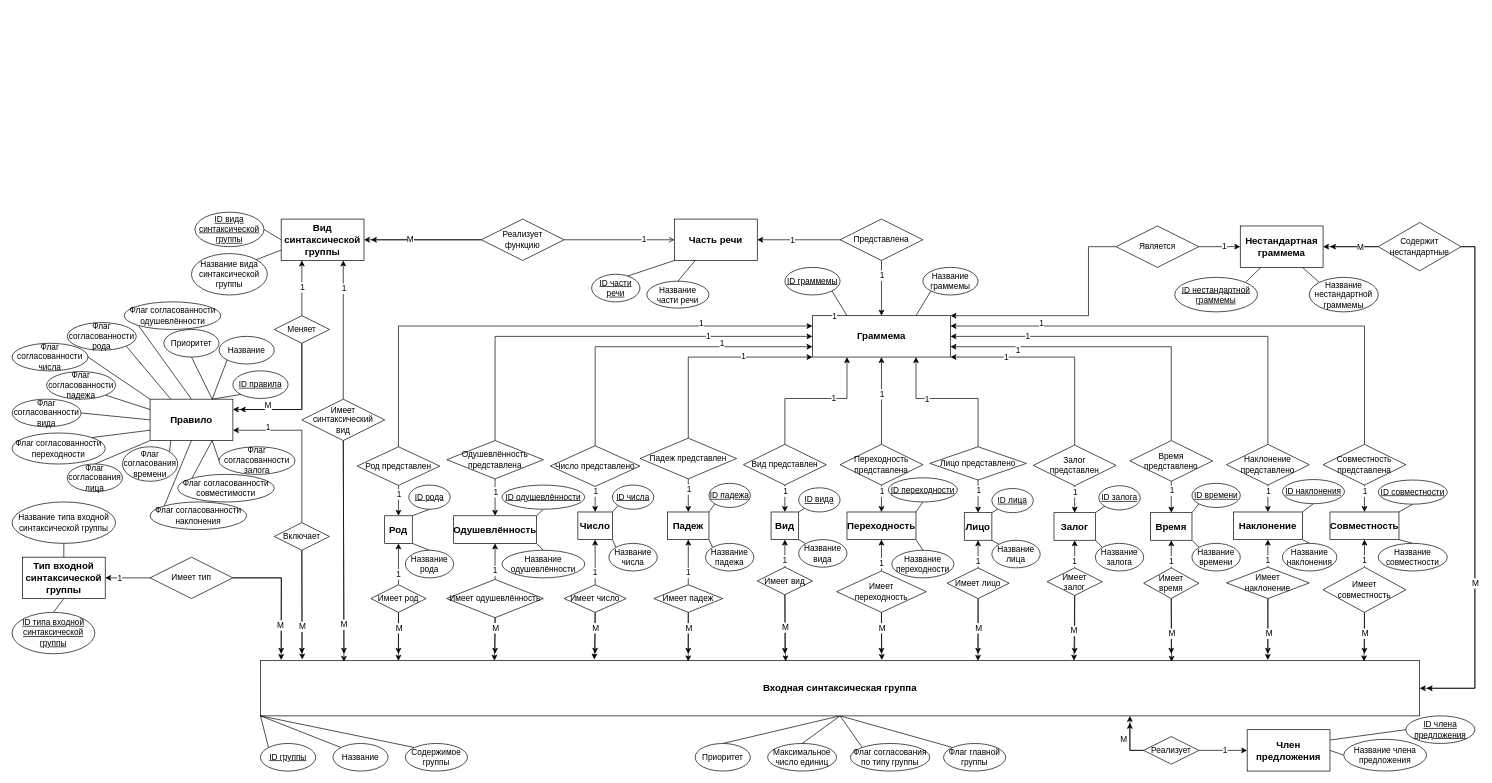
Before: Infological.drawio in DMfananddu/Diploma, a draw.io diagram. Source tidied: cells renumbered, new cells numbered last; positions are measured from the earlier drawing's top-left corner, leaving out a move shared by most shapes. Both pictures are drawn from the tidied source at 69%, with x=0, y=0 at pixel (12, 212).
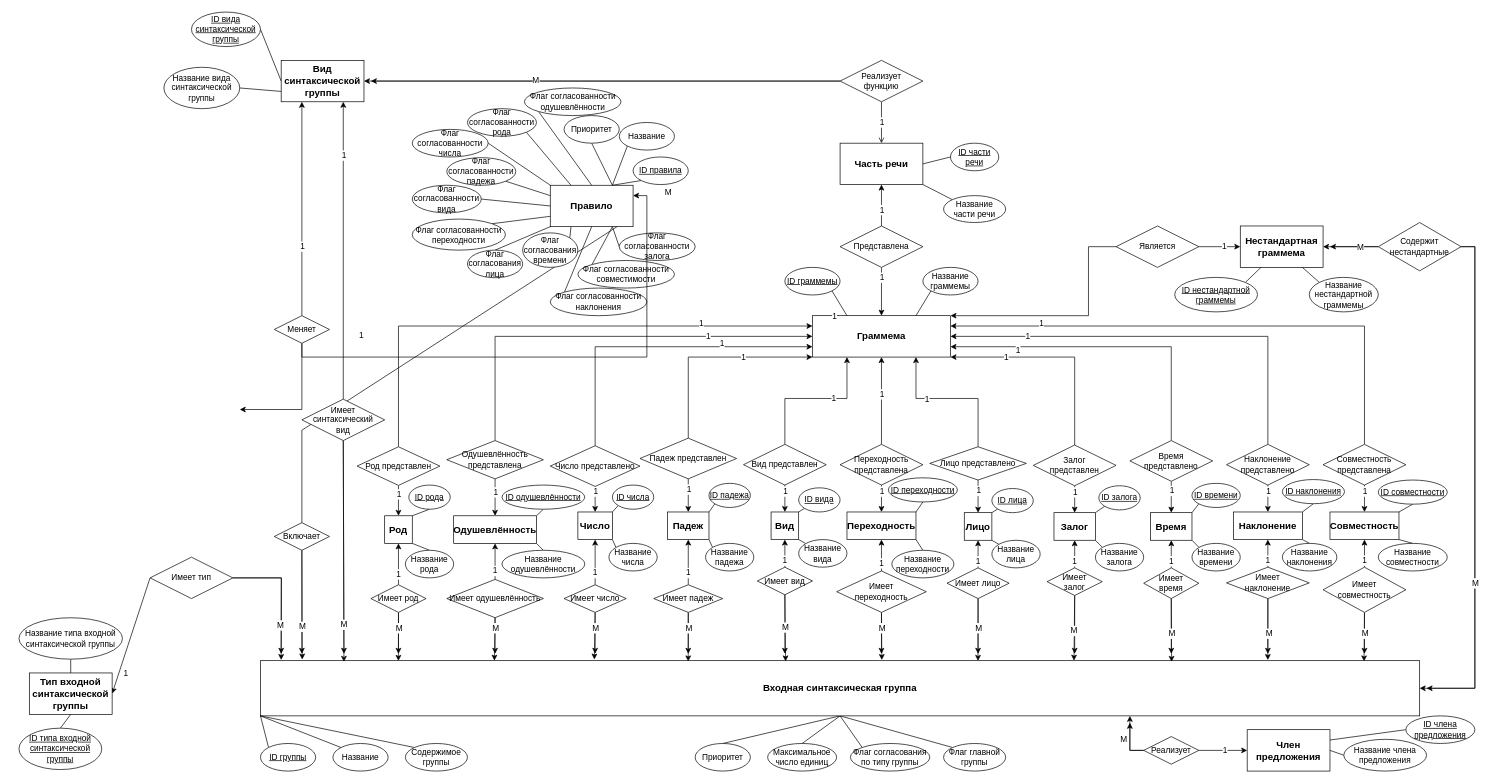
After the change.

Unchanged cells that the change refers to:
```xml
<mxCell id="66" style="edgeStyle=orthogonalEdgeStyle;rounded=0;jettySize=auto;html=1;exitX=0.5;exitY=1;exitDx=0;exitDy=0;endArrow=classic;endFill=1;" parent="1" edge="1" source="68">
  <mxGeometry relative="1" as="geometry">
    <mxPoint x="330" y="286" as="targetPoint" />
    <Array as="points">
      <mxPoint x="420" y="286" />
    </Array>
  </mxGeometry>
</mxCell>
```

Change to the diagram source:
```diff
@@
     <mxCell id="23" value="&lt;font style=&quot;font-size: 14px&quot;&gt;&lt;b&gt;Тип входной синтаксической группы&lt;/b&gt;&lt;/font&gt;" style="rounded=0;whiteSpace=wrap;html=1;" parent="1" vertex="1">
-      <mxGeometry x="15" y="500" width="120" height="60" as="geometry" />
+      <mxGeometry x="25" y="667.8" width="120" height="60" as="geometry" />
     </mxCell>
@@
     <mxCell id="25" value="&lt;span style=&quot;line-height: 115%&quot;&gt;&lt;font style=&quot;font-size: 12px&quot;&gt;Название типа входной синтаксической группы&lt;/font&gt;&lt;/span&gt;" style="ellipse;whiteSpace=wrap;html=1;" parent="1" vertex="1">
-      <mxGeometry y="420" width="150" height="60" as="geometry" />
+      <mxGeometry x="10" y="587.8" width="150" height="60" as="geometry" />
     </mxCell>
@@
     <mxCell id="27" value="&lt;font style=&quot;font-size: 12px&quot;&gt;&lt;u&gt;&lt;span lang=&quot;EN-US&quot; style=&quot;line-height: 115%&quot;&gt;ID&lt;/span&gt;&lt;span lang=&quot;EN-US&quot; style=&quot;line-height: 115%&quot;&gt; &lt;/span&gt;&lt;span style=&quot;line-height: 115%&quot;&gt;типа входной синтаксической группы&lt;/span&gt;&lt;/u&gt;&lt;/font&gt;" style="ellipse;whiteSpace=wrap;html=1;" parent="1" vertex="1">
-      <mxGeometry y="580" width="120" height="60" as="geometry" />
+      <mxGeometry x="10" y="747.8" width="120" height="60" as="geometry" />
     </mxCell>
@@
     <mxCell id="34" value="Правило" style="rounded=0;whiteSpace=wrap;html=1;fontSize=14;fontStyle=1;" parent="1" vertex="1">
-      <mxGeometry x="200" y="271" width="120" height="60" as="geometry" />
+      <mxGeometry x="780" y="-39" width="120" height="60" as="geometry" />
     </mxCell>
@@
     <mxCell id="36" value="Флаг согласованности вида" style="ellipse;whiteSpace=wrap;html=1;" parent="1" vertex="1">
-      <mxGeometry y="271" width="100" height="40" as="geometry" />
+      <mxGeometry x="580" y="-39" width="100" height="40" as="geometry" />
     </mxCell>
@@
     <mxCell id="38" value="Флаг согласованности падежа" style="ellipse;whiteSpace=wrap;html=1;" parent="1" vertex="1">
-      <mxGeometry x="50" y="231" width="100" height="40" as="geometry" />
+      <mxGeometry x="630" y="-79" width="100" height="40" as="geometry" />
     </mxCell>
@@
     <mxCell id="40" value="Флаг согласованности рода" style="ellipse;whiteSpace=wrap;html=1;" parent="1" vertex="1">
-      <mxGeometry x="80" y="160" width="100" height="40" as="geometry" />
+      <mxGeometry x="660" y="-150" width="100" height="40" as="geometry" />
     </mxCell>
@@
     <mxCell id="42" value="Приоритет" style="ellipse;whiteSpace=wrap;html=1;" parent="1" vertex="1">
-      <mxGeometry x="220" y="170" width="80" height="40" as="geometry" />
+      <mxGeometry x="800" y="-140" width="80" height="40" as="geometry" />
     </mxCell>
@@
     <mxCell id="44" value="&lt;u&gt;ID правила&lt;/u&gt;" style="ellipse;whiteSpace=wrap;html=1;" parent="1" vertex="1">
-      <mxGeometry x="320" y="230" width="80" height="40" as="geometry" />
+      <mxGeometry x="900" y="-80" width="80" height="40" as="geometry" />
     </mxCell>
@@
     <mxCell id="46" value="Флаг согласования лица" style="ellipse;whiteSpace=wrap;html=1;" parent="1" vertex="1">
-      <mxGeometry x="80" y="365" width="80" height="40" as="geometry" />
+      <mxGeometry x="660" y="55" width="80" height="40" as="geometry" />
     </mxCell>
@@
     <mxCell id="48" value="Флаг согласованности переходности" style="ellipse;whiteSpace=wrap;html=1;" parent="1" vertex="1">
-      <mxGeometry y="320" width="135" height="45" as="geometry" />
+      <mxGeometry x="580" y="10" width="135" height="45" as="geometry" />
     </mxCell>
@@
     <mxCell id="50" value="Флаг согласованности одушевлённости" style="ellipse;whiteSpace=wrap;html=1;" parent="1" vertex="1">
-      <mxGeometry x="162.5" y="130" width="140" height="40" as="geometry" />
+      <mxGeometry x="742.5" y="-180" width="140" height="40" as="geometry" />
     </mxCell>
@@
     <mxCell id="52" value="Флаг согласованности числа" style="ellipse;whiteSpace=wrap;html=1;" parent="1" vertex="1">
-      <mxGeometry y="190" width="110" height="40" as="geometry" />
+      <mxGeometry x="580" y="-120" width="110" height="40" as="geometry" />
     </mxCell>
@@
     <mxCell id="54" value="Флаг согласованности залога" style="ellipse;whiteSpace=wrap;html=1;" parent="1" vertex="1">
-      <mxGeometry x="300" y="340" width="110" height="40" as="geometry" />
+      <mxGeometry x="880" y="30" width="110" height="40" as="geometry" />
     </mxCell>
@@
     <mxCell id="56" value="Флаг согласованности совместимости" style="ellipse;whiteSpace=wrap;html=1;" parent="1" vertex="1">
-      <mxGeometry x="240" y="380" width="140" height="40" as="geometry" />
+      <mxGeometry x="820" y="70" width="140" height="40" as="geometry" />
     </mxCell>
@@
     <mxCell id="58" value="Флаг согласованности наклонения" style="ellipse;whiteSpace=wrap;html=1;" parent="1" vertex="1">
-      <mxGeometry x="200" y="420" width="140" height="40" as="geometry" />
+      <mxGeometry x="780" y="110" width="140" height="40" as="geometry" />
     </mxCell>
@@
     <mxCell id="60" value="Флаг согласования времени" style="ellipse;whiteSpace=wrap;html=1;" parent="1" vertex="1">
-      <mxGeometry x="160" y="340" width="80" height="50" as="geometry" />
+      <mxGeometry x="740" y="30" width="80" height="50" as="geometry" />
     </mxCell>
@@
     <mxCell id="62" value="Название" style="ellipse;whiteSpace=wrap;html=1;" parent="1" vertex="1">
-      <mxGeometry x="300" y="180" width="80" height="40" as="geometry" />
+      <mxGeometry x="880" y="-130" width="80" height="40" as="geometry" />
     </mxCell>
@@
     <mxCell id="67" value="М" style="text;html=1;align=center;verticalAlign=middle;labelBackgroundColor=#ffffff;" parent="66" vertex="1">
       <mxGeometry x="-0.22" y="-1" relative="1" as="geometry">
-        <mxPoint x="-49" y="17" as="offset" />
+        <mxPoint x="531" y="-293" as="offset" />
       </mxGeometry>
     </mxCell>
@@
     <mxCell id="69" value="Вид синтаксической группы" style="rounded=0;whiteSpace=wrap;html=1;fontSize=14;fontStyle=1;" parent="1" vertex="1">
-      <mxGeometry x="390" y="10" width="120" height="60" as="geometry" />
+      <mxGeometry x="390" y="-220" width="120" height="60" as="geometry" />
     </mxCell>
@@
     <mxCell id="71" value="&lt;u&gt;ID вида синтаксической группы&lt;/u&gt;" style="ellipse;whiteSpace=wrap;html=1;" parent="1" vertex="1">
-      <mxGeometry x="265" width="100" height="50" as="geometry" />
+      <mxGeometry x="260" y="-290" width="100" height="50" as="geometry" />
     </mxCell>
-    <mxCell id="72" style="edgeStyle=none;rounded=0;jettySize=auto;html=1;exitX=1;exitY=0;exitDx=0;exitDy=0;entryX=0;entryY=0.75;entryDx=0;entryDy=0;endArrow=none;endFill=0;" parent="1" edge="1" source="73" target="69">
+    <mxCell id="72" style="edgeStyle=none;rounded=0;jettySize=auto;html=1;exitX=1;exitY=0.5;exitDx=0;exitDy=0;entryX=0;entryY=0.75;entryDx=0;entryDy=0;endArrow=none;endFill=0;" parent="1" edge="1" source="73" target="69">
       <mxGeometry relative="1" as="geometry" />
     </mxCell>
     <mxCell id="73" value="Название вида синтаксической группы" style="ellipse;whiteSpace=wrap;html=1;" parent="1" vertex="1">
-      <mxGeometry x="260" y="60" width="110" height="60" as="geometry" />
+      <mxGeometry x="220" y="-210" width="110" height="60" as="geometry" />
     </mxCell>
@@
     <mxCell id="109" value="Часть речи" style="rounded=0;whiteSpace=wrap;html=1;fontSize=14;fontStyle=1;" parent="1" vertex="1">
-      <mxGeometry x="960" y="10" width="120" height="60" as="geometry" />
+      <mxGeometry x="1200" y="-100" width="120" height="60" as="geometry" />
     </mxCell>
@@
-    <mxCell id="112" style="edgeStyle=none;rounded=0;jettySize=auto;html=1;exitX=0;exitY=0.5;exitDx=0;exitDy=0;entryX=1;entryY=0.5;entryDx=0;entryDy=0;endArrow=classic;endFill=1;" parent="1" edge="1" source="114" target="109">
+    <mxCell id="112" style="edgeStyle=none;rounded=0;jettySize=auto;html=1;exitX=0.5;exitY=0;exitDx=0;exitDy=0;entryX=0.5;entryY=1;entryDx=0;entryDy=0;endArrow=classic;endFill=1;" parent="1" edge="1" source="114" target="109">
       <mxGeometry relative="1" as="geometry" />
     </mxCell>
     <mxCell id="113" value="1" style="text;html=1;align=center;verticalAlign=middle;labelBackgroundColor=#ffffff;" parent="112" vertex="1">
       <mxGeometry x="0.33" relative="1" as="geometry">
-        <mxPoint x="10" as="offset" />
+        <mxPoint y="16.7" as="offset" />
       </mxGeometry>
     </mxCell>
     <mxCell id="114" value="Представлена" style="rhombus;whiteSpace=wrap;html=1;" parent="1" vertex="1">
-      <mxGeometry x="1200" y="10" width="120" height="60" as="geometry" />
+      <mxGeometry x="1200" y="20" width="120" height="60" as="geometry" />
     </mxCell>
-    <mxCell id="115" style="edgeStyle=none;rounded=0;jettySize=auto;html=1;exitX=1;exitY=0.5;exitDx=0;exitDy=0;entryX=0;entryY=0.5;entryDx=0;entryDy=0;endArrow=open;endFill=0;" parent="1" edge="1" source="120" target="109">
+    <mxCell id="115" style="edgeStyle=none;rounded=0;jettySize=auto;html=1;exitX=0.5;exitY=1;exitDx=0;exitDy=0;entryX=0.5;entryY=0;entryDx=0;entryDy=0;endArrow=open;endFill=0;" parent="1" edge="1" source="120" target="109">
       <mxGeometry relative="1" as="geometry" />
     </mxCell>
     <mxCell id="116" value="1" style="text;html=1;align=center;verticalAlign=middle;labelBackgroundColor=#ffffff;" parent="115" vertex="1">
-      <mxGeometry x="0.44" y="2" relative="1" as="geometry" />
+      <mxGeometry x="0.44" y="2" relative="1" as="geometry">
+        <mxPoint x="-2" y="-13.3" as="offset" />
+      </mxGeometry>
     </mxCell>
-    <mxCell id="117" style="edgeStyle=none;rounded=0;jettySize=auto;html=1;exitX=0;exitY=0.5;exitDx=0;exitDy=0;entryX=1;entryY=0.5;entryDx=0;entryDy=0;endArrow=classic;endFill=1;" parent="1" edge="1" source="120" target="69">
+    <mxCell id="117" style="edgeStyle=none;rounded=0;jettySize=auto;html=1;exitX=0;exitY=0.5;exitDx=0;exitDy=0;endArrow=classic;endFill=1;entryX=1;entryY=0.5;entryDx=0;entryDy=0;" parent="1" edge="1" source="120" target="69">
       <mxGeometry relative="1" as="geometry" />
     </mxCell>
     <mxCell id="118" style="edgeStyle=orthogonalEdgeStyle;rounded=0;jettySize=auto;html=1;exitX=0;exitY=0.5;exitDx=0;exitDy=0;endArrow=classic;endFill=1;" parent="1" edge="1" source="120">
       <mxGeometry relative="1" as="geometry">
-        <mxPoint x="520" y="40" as="targetPoint" />
+        <mxPoint x="520" y="-190" as="targetPoint" />
       </mxGeometry>
     </mxCell>
@@
     <mxCell id="120" value="Реализует&lt;br&gt;функцию" style="rhombus;whiteSpace=wrap;html=1;" parent="1" vertex="1">
-      <mxGeometry x="680" y="10" width="120" height="60" as="geometry" />
+      <mxGeometry x="1200" y="-220" width="120" height="60" as="geometry" />
     </mxCell>
-    <mxCell id="121" style="edgeStyle=none;rounded=0;jettySize=auto;html=1;exitX=0;exitY=0.5;exitDx=0;exitDy=0;entryX=0;entryY=1;entryDx=0;entryDy=0;endArrow=none;endFill=0;" parent="1" edge="1" source="122" target="109">
+    <mxCell id="121" style="edgeStyle=none;rounded=0;jettySize=auto;html=1;exitX=0;exitY=0.5;exitDx=0;exitDy=0;entryX=1;entryY=0.5;entryDx=0;entryDy=0;endArrow=none;endFill=0;" parent="1" edge="1" source="122" target="109">
       <mxGeometry relative="1" as="geometry" />
     </mxCell>
     <mxCell id="122" value="&lt;u&gt;ID части речи&lt;/u&gt;" style="ellipse;whiteSpace=wrap;html=1;" parent="1" vertex="1">
-      <mxGeometry x="840" y="90" width="70" height="40" as="geometry" />
+      <mxGeometry x="1360" y="-100" width="70" height="40" as="geometry" />
     </mxCell>
-    <mxCell id="123" style="edgeStyle=none;rounded=0;jettySize=auto;html=1;exitX=0.5;exitY=0;exitDx=0;exitDy=0;entryX=0.25;entryY=1;entryDx=0;entryDy=0;endArrow=none;endFill=0;" parent="1" edge="1" source="124" target="109">
+    <mxCell id="123" style="edgeStyle=none;rounded=0;jettySize=auto;html=1;exitX=0;exitY=0;exitDx=0;exitDy=0;entryX=1;entryY=1;entryDx=0;entryDy=0;endArrow=none;endFill=0;" parent="1" edge="1" source="124" target="109">
       <mxGeometry relative="1" as="geometry" />
     </mxCell>
     <mxCell id="124" value="Название части речи" style="ellipse;whiteSpace=wrap;html=1;" parent="1" vertex="1">
-      <mxGeometry x="920" y="100" width="90" height="39" as="geometry" />
+      <mxGeometry x="1350" y="-24" width="90" height="39" as="geometry" />
     </mxCell>
```
